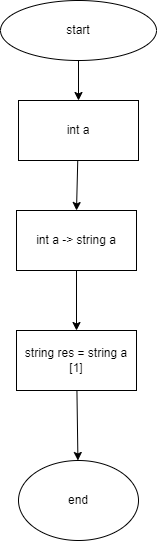
The draw.io diagram lection002/Exp001/diagram.drawio.png in xAlex099x/GB-C-lessons, before a commit. Source tidied: cells renumbered, new cells last; positions are measured from the earlier drawing's top-left corner, leaving out a move shared by most shapes.
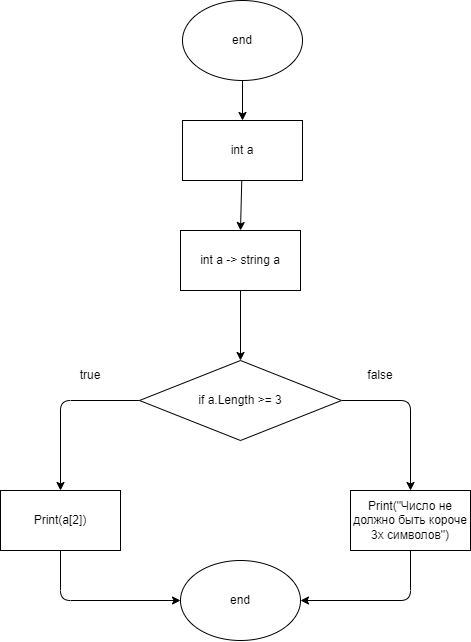
The same file after the commit.

Diff of the diagram source:
```diff
@@ -2,32 +2,69 @@
   <root>
     <mxCell id="0" />
     <mxCell id="1" parent="0" />
-    <mxCell id="2" style="edgeStyle=none;html=1;entryX=0.5;entryY=0;entryDx=0;entryDy=0;" parent="1" edge="1" source="3" target="5">
-      <mxGeometry relative="1" as="geometry" />
-    </mxCell>
-    <mxCell id="3" value="start" style="ellipse;whiteSpace=wrap;html=1;" parent="1" vertex="1">
-      <mxGeometry width="156" height="60" as="geometry" />
-    </mxCell>
     <mxCell id="4" style="edgeStyle=none;html=1;entryX=0.5;entryY=0;entryDx=0;entryDy=0;" parent="1" edge="1" source="5" target="8">
       <mxGeometry relative="1" as="geometry" />
     </mxCell>
     <mxCell id="5" value="int a" style="rounded=0;whiteSpace=wrap;html=1;" parent="1" vertex="1">
       <mxGeometry x="18" y="100" width="120" height="60" as="geometry" />
     </mxCell>
-    <mxCell id="6" value="end" style="ellipse;whiteSpace=wrap;html=1;" parent="1" vertex="1">
-      <mxGeometry x="18" y="460" width="120" height="80" as="geometry" />
-    </mxCell>
-    <mxCell id="7" style="edgeStyle=none;html=1;entryX=0.5;entryY=0;entryDx=0;entryDy=0;" parent="1" edge="1" source="8" target="10">
-      <mxGeometry relative="1" as="geometry" />
-    </mxCell>
+    <mxCell id="11" value="end" style="ellipse;whiteSpace=wrap;html=1;" parent="1" vertex="1">
+      <mxGeometry x="16" y="540" width="120" height="80" as="geometry" />
+    </mxCell>
+    <mxCell id="12" style="edgeStyle=none;html=1;entryX=0.5;entryY=0;entryDx=0;entryDy=0;" parent="1" edge="1" source="8" target="15">
+      <mxGeometry relative="1" as="geometry" />
+    </mxCell>
     <mxCell id="8" value="int a -&amp;gt; string a" style="rounded=0;whiteSpace=wrap;html=1;" parent="1" vertex="1">
       <mxGeometry x="16" y="210" width="120" height="60" as="geometry" />
     </mxCell>
-    <mxCell id="9" style="edgeStyle=none;html=1;" parent="1" edge="1" source="10" target="6">
-      <mxGeometry relative="1" as="geometry" />
-    </mxCell>
-    <mxCell id="10" value="string res = string a [1]" style="rounded=0;whiteSpace=wrap;html=1;" parent="1" vertex="1">
-      <mxGeometry x="16" y="330" width="120" height="60" as="geometry" />
-    </mxCell>
+    <mxCell id="13" style="edgeStyle=none;html=1;entryX=0.5;entryY=0;entryDx=0;entryDy=0;" parent="1" edge="1" source="15" target="17">
+      <mxGeometry relative="1" as="geometry">
+        <Array as="points">
+          <mxPoint x="-104" y="380" />
+        </Array>
+      </mxGeometry>
+    </mxCell>
+    <mxCell id="14" style="edgeStyle=none;html=1;entryX=0.5;entryY=0;entryDx=0;entryDy=0;exitX=1;exitY=0.5;exitDx=0;exitDy=0;" parent="1" edge="1" source="15" target="19">
+      <mxGeometry relative="1" as="geometry">
+        <Array as="points">
+          <mxPoint x="246" y="380" />
+        </Array>
+      </mxGeometry>
+    </mxCell>
+    <mxCell id="15" value="if a.Length &amp;gt;= 3" style="rhombus;whiteSpace=wrap;html=1;" parent="1" vertex="1">
+      <mxGeometry x="-25" y="340" width="202" height="80" as="geometry" />
+    </mxCell>
+    <mxCell id="16" style="edgeStyle=none;html=1;entryX=0;entryY=0.5;entryDx=0;entryDy=0;" parent="1" edge="1" source="17" target="11">
+      <mxGeometry relative="1" as="geometry">
+        <Array as="points">
+          <mxPoint x="-104" y="580" />
+        </Array>
+      </mxGeometry>
+    </mxCell>
+    <mxCell id="17" value="Print(a[2])" style="rounded=0;whiteSpace=wrap;html=1;" parent="1" vertex="1">
+      <mxGeometry x="-164" y="470" width="120" height="60" as="geometry" />
+    </mxCell>
+    <mxCell id="18" style="edgeStyle=none;html=1;entryX=1;entryY=0.5;entryDx=0;entryDy=0;exitX=0.5;exitY=1;exitDx=0;exitDy=0;" parent="1" edge="1" source="19" target="11">
+      <mxGeometry relative="1" as="geometry">
+        <Array as="points">
+          <mxPoint x="246" y="580" />
+        </Array>
+      </mxGeometry>
+    </mxCell>
+    <mxCell id="19" value="Print(&quot;Число не должно быть короче 3х символов&quot;)" style="rounded=0;whiteSpace=wrap;html=1;" parent="1" vertex="1">
+      <mxGeometry x="186" y="470" width="120" height="60" as="geometry" />
+    </mxCell>
+    <mxCell id="20" value="true" style="text;html=1;strokeColor=none;fillColor=none;align=center;verticalAlign=middle;whiteSpace=wrap;rounded=0;" parent="1" vertex="1">
+      <mxGeometry x="-104" y="340" width="60" height="30" as="geometry" />
+    </mxCell>
+    <mxCell id="21" value="false" style="text;html=1;strokeColor=none;fillColor=none;align=center;verticalAlign=middle;whiteSpace=wrap;rounded=0;" parent="1" vertex="1">
+      <mxGeometry x="186" y="340" width="60" height="30" as="geometry" />
+    </mxCell>
+    <mxCell id="22" style="edgeStyle=none;html=1;entryX=0.5;entryY=0;entryDx=0;entryDy=0;" parent="1" edge="1" source="23" target="5">
+      <mxGeometry relative="1" as="geometry" />
+    </mxCell>
+    <mxCell id="23" value="end" style="ellipse;whiteSpace=wrap;html=1;" parent="1" vertex="1">
+      <mxGeometry x="18" y="-20" width="120" height="80" as="geometry" />
+    </mxCell>
   </root>
 </mxGraphModel>
```
